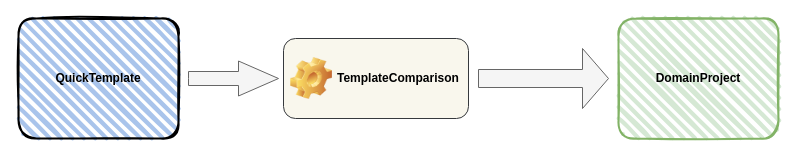
Above: page "Balancing overview" (1 of 2) of TemplateComparsion.drawio in leoggehrer/SETemplateDeplomemt (draw.io), before the change. Source tidied: cells renumbered, new cells numbered last; positions are measured from the earlier drawing's top-left corner, leaving out a move shared by most shapes. Both pictures are drawn from the tidied source at 100%, with x=0, y=0 at pixel (18, 18).
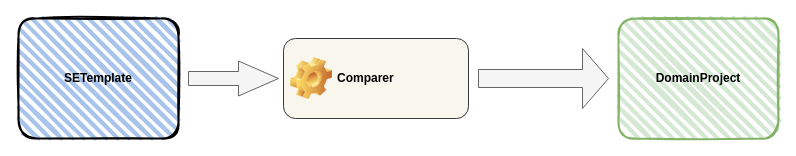
The same page after the edit.

Diff of the diagram source:
```diff
@@
 <mxGraphModel>
   <root>
     <mxCell id="0" />
     <mxCell id="1" parent="0" />
-    <mxCell id="2" value="&lt;b&gt;QuickTemplate&lt;/b&gt;" style="rounded=1;whiteSpace=wrap;html=1;strokeWidth=2;fillWeight=4;hachureGap=8;hachureAngle=45;fillColor=#A9C4EB;sketch=1;fontSize=12;" parent="1" vertex="1">
+    <mxCell id="2" value="&lt;b&gt;SETemplate&lt;/b&gt;" style="rounded=1;whiteSpace=wrap;html=1;strokeWidth=2;fillWeight=4;hachureGap=8;hachureAngle=45;fillColor=#A9C4EB;sketch=1;fontSize=12;" parent="1" vertex="1">
       <mxGeometry width="160" height="120" as="geometry" />
     </mxCell>
-    <mxCell id="3" value="TemplateComparison" style="label;whiteSpace=wrap;html=1;image=img/clipart/Gear_128x128.png;fontSize=12;fillColor=#f9f7ed;strokeColor=#36393d;rounded=1;glass=0;shadow=0;" parent="1" vertex="1">
+    <mxCell id="3" value="Comparer" style="label;whiteSpace=wrap;html=1;image=img/clipart/Gear_128x128.png;fontSize=12;fillColor=#f9f7ed;strokeColor=#36393d;rounded=1;glass=0;shadow=0;" parent="1" vertex="1">
       <mxGeometry x="265" y="20" width="185" height="80" as="geometry" />
     </mxCell>
     <mxCell id="4" style="html=1;shadow=0;dashed=0;align=center;verticalAlign=middle;shape=mxgraph.arrows2.arrow;dy=0.6;dx=40;notch=0;rounded=1;glass=0;fontSize=12;fillColor=#f5f5f5;fontColor=#333333;strokeColor=#666666;" parent="1" vertex="1">
       <mxGeometry x="170" y="42.5" width="90" height="35" as="geometry" />
     </mxCell>
     <mxCell id="5" value="&lt;b&gt;DomainProject&lt;/b&gt;" style="rounded=1;whiteSpace=wrap;html=1;strokeWidth=2;fillWeight=4;hachureGap=8;hachureAngle=45;fillColor=#d5e8d4;sketch=1;fontSize=12;strokeColor=#82b366;" parent="1" vertex="1">
       <mxGeometry x="600" width="160" height="120" as="geometry" />
     </mxCell>
     <mxCell id="6" style="shape=singleArrow;whiteSpace=wrap;html=1;fillColor=#f5f5f5;fontColor=#333333;strokeColor=#666666;" parent="1" vertex="1">
       <mxGeometry x="460" y="30" width="130" height="60" as="geometry" />
     </mxCell>
   </root>
 </mxGraphModel>
```
